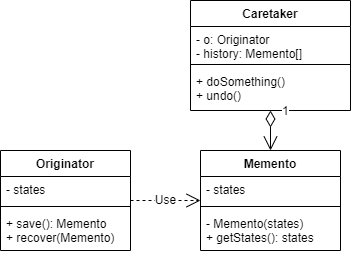
DeathKnightH/blog-src keeps this draw.io diagram as docs/resource/design_pattern/memento_innerclass.drawio.png. Above is the earlier version. Source tidied: cells renumbered, new cells last; positions are measured from the earlier drawing's top-left corner, leaving out a move shared by most shapes. Source of this version:
```xml
<mxGraphModel>
  <root>
    <mxCell id="0" />
    <mxCell id="1" parent="0" />
    <mxCell id="2" value="Caretaker" style="swimlane;fontStyle=1;align=center;verticalAlign=top;horizontal=1;startSize=26;" parent="1" vertex="1">
      <mxGeometry x="190" width="160" height="110" as="geometry" />
    </mxCell>
    <mxCell id="3" value="- o: Originator&#10;- history: Memento[]" style="text;strokeColor=none;fillColor=none;align=left;verticalAlign=top;spacingLeft=4;spacingRight=4;overflow=hidden;" parent="2" vertex="1">
      <mxGeometry y="26" width="160" height="34" as="geometry" />
    </mxCell>
    <mxCell id="4" style="line;strokeWidth=1;fillColor=none;align=left;verticalAlign=middle;spacingTop=-1;spacingLeft=3;spacingRight=3;labelPosition=right;" parent="2" vertex="1">
      <mxGeometry y="60" width="160" height="8" as="geometry" />
    </mxCell>
    <mxCell id="5" value="+ doSomething()&#10;+ undo()" style="text;strokeColor=none;fillColor=none;align=left;verticalAlign=top;spacingLeft=4;spacingRight=4;overflow=hidden;" parent="2" vertex="1">
      <mxGeometry y="68" width="160" height="42" as="geometry" />
    </mxCell>
    <mxCell id="6" value="Originator" style="swimlane;fontStyle=1;align=center;verticalAlign=top;horizontal=1;startSize=26;" parent="1" vertex="1">
      <mxGeometry y="150" width="130" height="100" as="geometry" />
    </mxCell>
    <mxCell id="7" value="- states" style="text;strokeColor=none;fillColor=none;align=left;verticalAlign=top;spacingLeft=4;spacingRight=4;overflow=hidden;" parent="6" vertex="1">
      <mxGeometry y="26" width="130" height="26" as="geometry" />
    </mxCell>
    <mxCell id="8" style="line;strokeWidth=1;fillColor=none;align=left;verticalAlign=middle;spacingTop=-1;spacingLeft=3;spacingRight=3;labelPosition=right;" parent="6" vertex="1">
      <mxGeometry y="52" width="130" height="8" as="geometry" />
    </mxCell>
    <mxCell id="9" value="+ save(): Memento&#10;+ recover(Memento)" style="text;strokeColor=none;fillColor=none;align=left;verticalAlign=top;spacingLeft=4;spacingRight=4;overflow=hidden;" parent="6" vertex="1">
      <mxGeometry y="60" width="130" height="40" as="geometry" />
    </mxCell>
    <mxCell id="10" value="Memento" style="swimlane;fontStyle=1;align=center;verticalAlign=top;horizontal=1;startSize=26;" parent="1" vertex="1">
      <mxGeometry x="200" y="150" width="140" height="100" as="geometry" />
    </mxCell>
    <mxCell id="11" value="- states" style="text;strokeColor=none;fillColor=none;align=left;verticalAlign=top;spacingLeft=4;spacingRight=4;overflow=hidden;" parent="10" vertex="1">
      <mxGeometry y="26" width="140" height="26" as="geometry" />
    </mxCell>
    <mxCell id="12" style="line;strokeWidth=1;fillColor=none;align=left;verticalAlign=middle;spacingTop=-1;spacingLeft=3;spacingRight=3;labelPosition=right;" parent="10" vertex="1">
      <mxGeometry y="52" width="140" height="8" as="geometry" />
    </mxCell>
    <mxCell id="13" value="- Memento(states)&#10;+ getStates(): states" style="text;strokeColor=none;fillColor=none;align=left;verticalAlign=top;spacingLeft=4;spacingRight=4;overflow=hidden;" parent="10" vertex="1">
      <mxGeometry y="60" width="140" height="40" as="geometry" />
    </mxCell>
    <mxCell id="14" value="Use" style="endArrow=open;endSize=12;dashed=1;html=1;rounded=0;" parent="1" edge="1" source="6" target="10">
      <mxGeometry relative="1" as="geometry" />
    </mxCell>
    <mxCell id="15" value="1" style="endArrow=open;html=1;endSize=12;startArrow=diamondThin;startSize=14;startFill=0;edgeStyle=orthogonalEdgeStyle;align=left;verticalAlign=bottom;rounded=0;" parent="1" edge="1" source="2" target="10">
      <mxGeometry x="-0.5" y="10" relative="1" as="geometry" />
    </mxCell>
  </root>
</mxGraphModel>
```
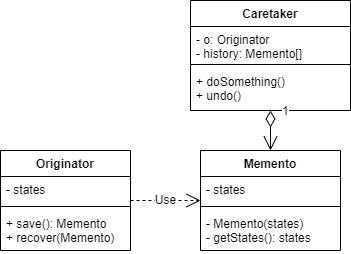
After the change.

The edit, as a diff of the source:
```diff
@@ -35,7 +35,7 @@
     <mxCell id="12" style="line;strokeWidth=1;fillColor=none;align=left;verticalAlign=middle;spacingTop=-1;spacingLeft=3;spacingRight=3;labelPosition=right;" parent="10" vertex="1">
       <mxGeometry y="52" width="140" height="8" as="geometry" />
     </mxCell>
-    <mxCell id="13" value="- Memento(states)&#10;+ getStates(): states" style="text;strokeColor=none;fillColor=none;align=left;verticalAlign=top;spacingLeft=4;spacingRight=4;overflow=hidden;" parent="10" vertex="1">
+    <mxCell id="13" value="- Memento(states)&#10;- getStates(): states" style="text;strokeColor=none;fillColor=none;align=left;verticalAlign=top;spacingLeft=4;spacingRight=4;overflow=hidden;" parent="10" vertex="1">
       <mxGeometry y="60" width="140" height="40" as="geometry" />
     </mxCell>
     <mxCell id="14" value="Use" style="endArrow=open;endSize=12;dashed=1;html=1;rounded=0;" parent="1" edge="1" source="6" target="10">
```
